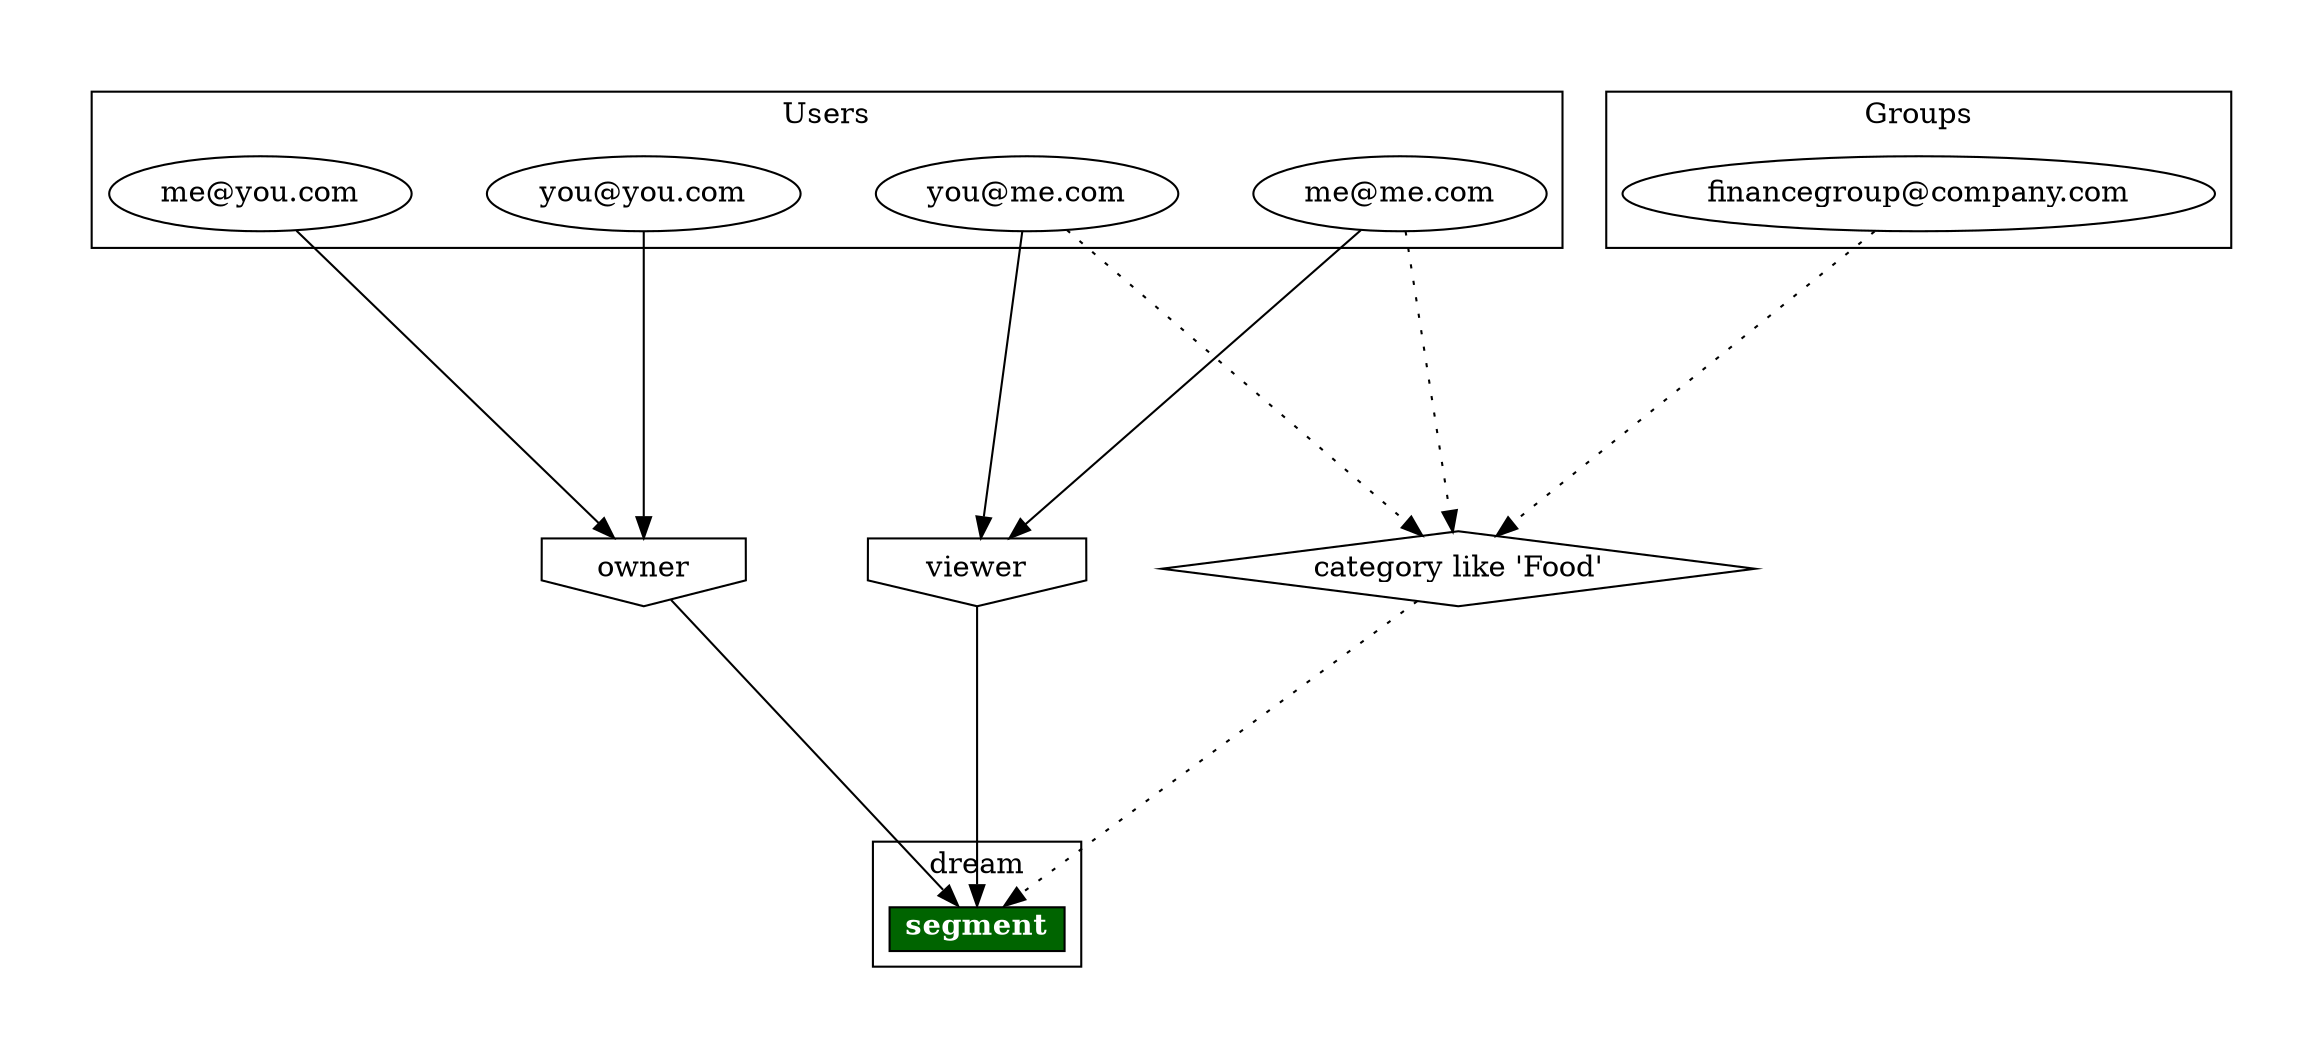
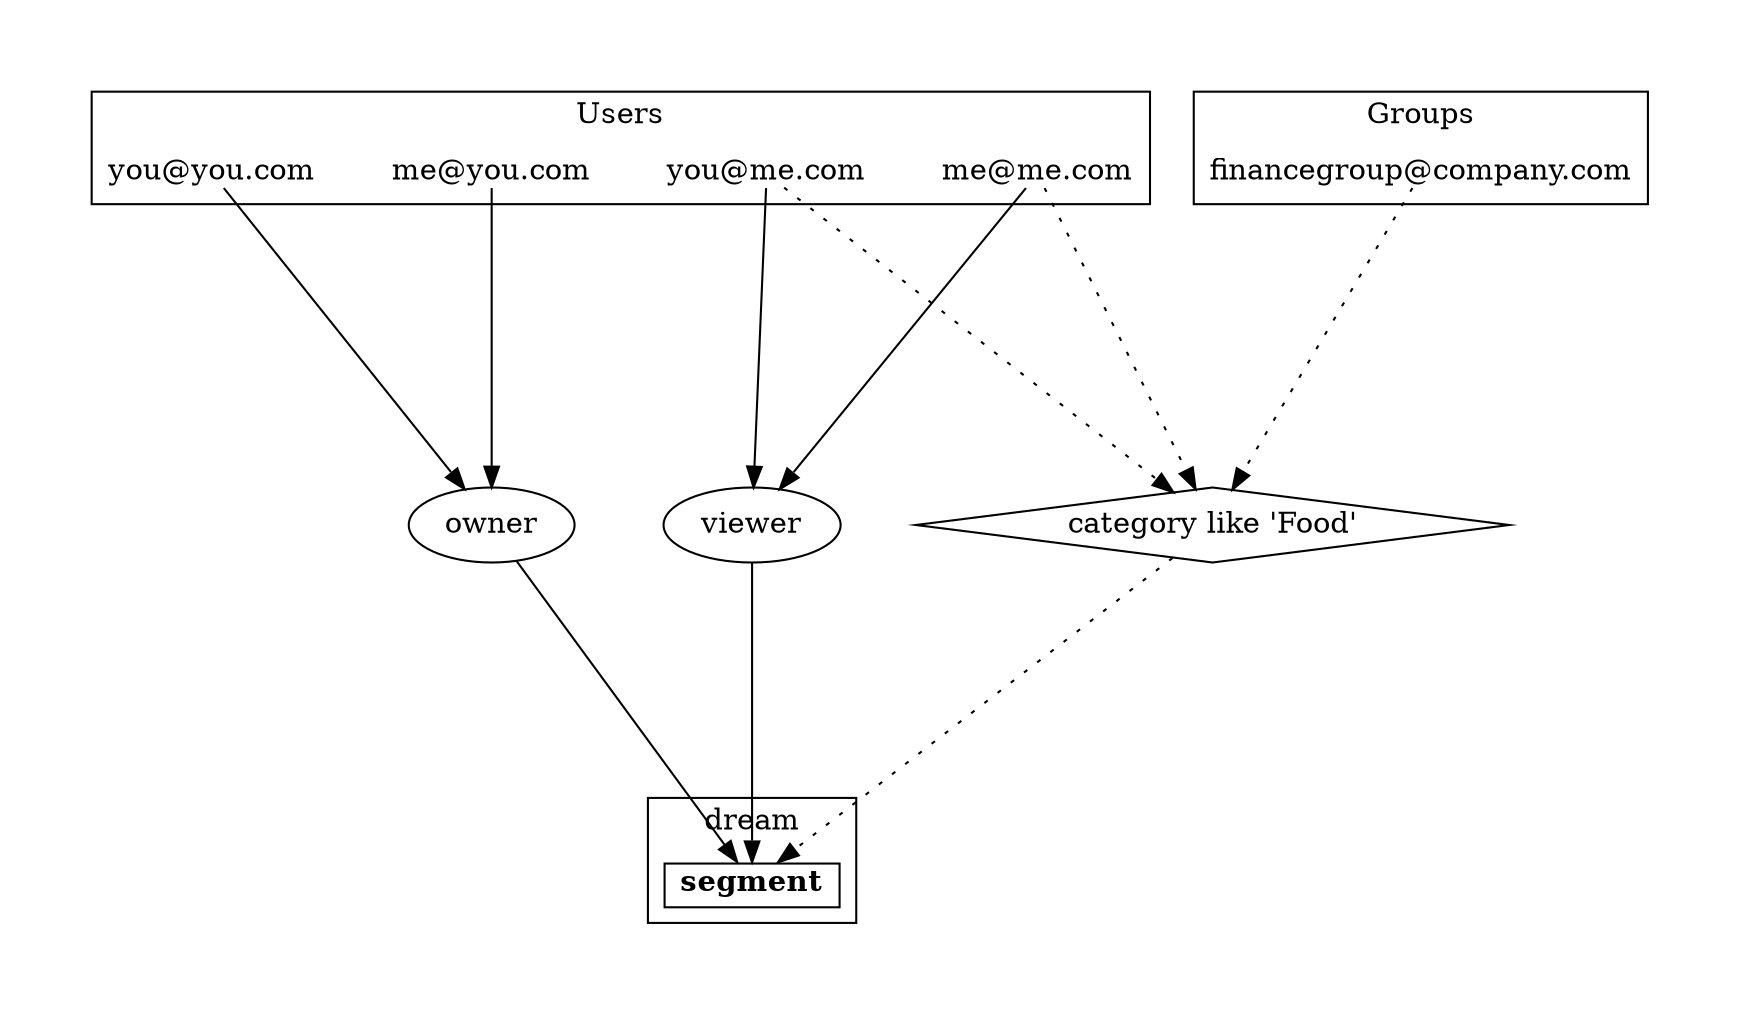
digraph {
graph [pad="0.5", nodesep="0.5", ranksep="2"];


subgraph cluster_dream {
node[shape = plain]
label = "dream";

dream_segment [label=<
<table border="0" cellborder="1" cellspacing="0">
- <tr><td port="0" bgcolor="darkgreen"><B><FONT color="white"> segment </FONT></B></td></tr>
+ <tr><td port="0" bgcolor="white"><B><FONT color="black"> segment </FONT></B></td></tr>

</table>>];

}

subgraph cluster_users {
- me_me_com[label = "me@me.com"];
- you_you_com[label = "you@you.com"];
- me_you_com[label = "me@you.com"];
- you_me_com[label = "you@me.com"];
+ me_you_com[shape=plain label = "me@you.com"];
+ you_you_com[shape=plain label = "you@you.com"];
+ me_me_com[shape=plain label = "me@me.com"];
+ you_me_com[shape=plain label = "you@me.com"];

label = "Users";
}
subgraph cluster_groups {
- financegroup_company_com[label = "financegroup@company.com"];
+ financegroup_company_com[shape=plain label = "financegroup@company.com"];

label = "Groups";
}
- dream_segment_acl_viewer [shape=invhouse, label = "viewer"];
- dream_segment_acl_owner [shape=invhouse, label = "owner"];
+ dream_segment_acl_viewer [shape=ellipse, label = "viewer"];
+ dream_segment_acl_owner [shape=ellipse, label = "owner"];
dream_segment_acl_viewer -> dream_segment;
dream_segment_acl_owner -> dream_segment;
me_me_com -> dream_segment_acl_viewer;
you_me_com -> dream_segment_acl_viewer;
me_you_com -> dream_segment_acl_owner;
you_you_com -> dream_segment_acl_owner;
dream_segment_rls_my_rls [shape=diamond, label = "category like 'Food'"];
dream_segment_rls_my_rls -> dream_segment [style=dotted];
me_me_com -> dream_segment_rls_my_rls [style=dotted];
financegroup_company_com -> dream_segment_rls_my_rls [style=dotted];
you_me_com -> dream_segment_rls_my_rls [style=dotted];

}
